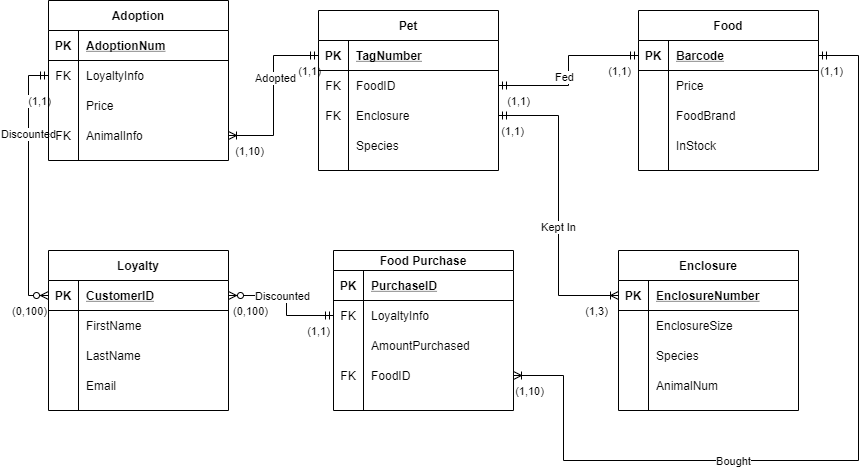
Above: Images/Pet Shop.png in jdhenry/More-testing (draw.io), before the change. Source tidied: cells renumbered, new cells last; positions are measured from the earlier drawing's top-left corner, leaving out a move shared by most shapes.
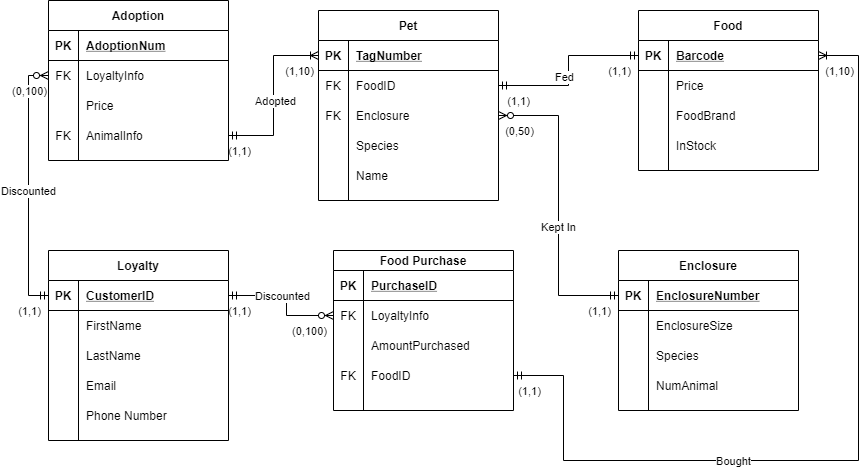
Above is the later version.

Change to the diagram source:
```diff
@@ -20,7 +20,7 @@
         <mxPoint x="2" y="15" as="offset" />
       </mxGeometry>
     </mxCell>
-    <mxCell id="6" style="edgeStyle=orthogonalEdgeStyle;rounded=0;jettySize=auto;html=1;exitX=1;exitY=0.5;exitDx=0;exitDy=0;entryX=1;entryY=0.5;entryDx=0;entryDy=0;startArrow=ERmandOne;startFill=0;endArrow=ERoneToMany;endFill=0;" parent="1" edge="1" source="92" target="41">
+    <mxCell id="6" style="edgeStyle=orthogonalEdgeStyle;rounded=0;jettySize=auto;html=1;exitX=1;exitY=0.5;exitDx=0;exitDy=0;entryX=1;entryY=0.5;entryDx=0;entryDy=0;startArrow=ERoneToMany;startFill=0;endArrow=ERmandOne;endFill=0;" parent="1" edge="1" source="92" target="41">
       <mxGeometry relative="1" as="geometry">
         <Array as="points">
           <mxPoint x="810" y="55" />
@@ -37,52 +37,52 @@
     </mxCell>
     <mxCell id="8" value="(1,10)" style="edgeLabel;html=1;align=center;verticalAlign=middle;" parent="6" vertex="1">
       <mxGeometry x="0.97" y="2" relative="1" as="geometry">
-        <mxPoint x="2" y="13" as="offset" />
+        <mxPoint x="312" y="-307" as="offset" />
       </mxGeometry>
     </mxCell>
     <mxCell id="9" value="(1,1)" style="edgeLabel;html=1;align=center;verticalAlign=middle;" parent="6" vertex="1">
       <mxGeometry x="-0.97" y="2" relative="1" as="geometry">
-        <mxPoint y="17" as="offset" />
+        <mxPoint x="-302" y="337" as="offset" />
       </mxGeometry>
     </mxCell>
-    <mxCell id="10" style="edgeStyle=orthogonalEdgeStyle;rounded=0;jettySize=auto;html=1;exitX=0;exitY=0.5;exitDx=0;exitDy=0;entryX=0;entryY=0.5;entryDx=0;entryDy=0;endArrow=ERmandOne;endFill=0;startArrow=ERzeroToMany;startFill=1;" parent="1" edge="1" source="66" target="56">
+    <mxCell id="10" style="edgeStyle=orthogonalEdgeStyle;rounded=0;jettySize=auto;html=1;exitX=0;exitY=0.5;exitDx=0;exitDy=0;entryX=0;entryY=0.5;entryDx=0;entryDy=0;endArrow=ERzeroToMany;endFill=1;startArrow=ERmandOne;startFill=0;" parent="1" edge="1" source="66" target="56">
       <mxGeometry relative="1" as="geometry" />
     </mxCell>
     <mxCell id="11" value="Discounted" style="edgeLabel;html=1;align=center;verticalAlign=middle;" parent="10" vertex="1">
       <mxGeometry x="0.3" y="1" relative="1" as="geometry">
-        <mxPoint y="-13" as="offset" />
+        <mxPoint y="44" as="offset" />
       </mxGeometry>
     </mxCell>
     <mxCell id="12" value="(1,1)" style="edgeLabel;html=1;align=center;verticalAlign=middle;" parent="10" vertex="1">
       <mxGeometry x="0.77" relative="1" as="geometry">
-        <mxPoint x="10" y="15" as="offset" />
+        <mxPoint y="225" as="offset" />
       </mxGeometry>
     </mxCell>
     <mxCell id="13" value="(0,100)" style="edgeLabel;html=1;align=center;verticalAlign=middle;" parent="10" vertex="1">
       <mxGeometry x="-0.85" y="-4" relative="1" as="geometry">
-        <mxPoint x="-4" y="15" as="offset" />
+        <mxPoint x="-4" y="-205" as="offset" />
       </mxGeometry>
     </mxCell>
-    <mxCell id="14" style="edgeStyle=orthogonalEdgeStyle;rounded=0;jettySize=auto;html=1;exitX=0;exitY=0.5;exitDx=0;exitDy=0;entryX=1;entryY=0.5;entryDx=0;entryDy=0;startArrow=ERmandOne;startFill=0;endArrow=ERoneToMany;endFill=0;" parent="1" edge="1" source="19" target="62">
+    <mxCell id="14" style="edgeStyle=orthogonalEdgeStyle;rounded=0;jettySize=auto;html=1;exitX=0;exitY=0.5;exitDx=0;exitDy=0;entryX=1;entryY=0.5;entryDx=0;entryDy=0;startArrow=ERoneToMany;startFill=0;endArrow=ERmandOne;endFill=0;" parent="1" edge="1" source="19" target="62">
       <mxGeometry relative="1" as="geometry" />
     </mxCell>
     <mxCell id="15" value="Adopted" style="edgeLabel;html=1;align=center;verticalAlign=middle;" parent="14" vertex="1">
       <mxGeometry x="0.09" y="1" relative="1" as="geometry">
-        <mxPoint y="-26" as="offset" />
+        <mxPoint y="-3" as="offset" />
       </mxGeometry>
     </mxCell>
     <mxCell id="16" value="(1,1)" style="edgeLabel;html=1;align=center;verticalAlign=middle;" parent="14" vertex="1">
       <mxGeometry x="-0.61" y="-2" relative="1" as="geometry">
-        <mxPoint x="23" y="17" as="offset" />
+        <mxPoint x="-47" y="97" as="offset" />
       </mxGeometry>
     </mxCell>
     <mxCell id="17" value="(1,10)" style="edgeLabel;html=1;align=center;verticalAlign=middle;" parent="14" vertex="1">
       <mxGeometry x="0.59" y="1" relative="1" as="geometry">
-        <mxPoint x="-15" y="14" as="offset" />
+        <mxPoint x="35" y="-66" as="offset" />
       </mxGeometry>
     </mxCell>
     <mxCell id="18" value="Pet" style="shape=table;startSize=30;rowLines=0;fontStyle=1;align=center;" parent="1" vertex="1">
-      <mxGeometry x="270" y="10" width="180" height="160" as="geometry" />
+      <mxGeometry x="270" y="10" width="180" height="190" as="geometry" />
     </mxCell>
     <mxCell id="19" style="shape=partialRectangle;fillColor=none;top=0;left=0;bottom=1;right=0;points=[[0,0.5],[1,0.5]];portConstraint=eastwest;" parent="18" vertex="1">
       <mxGeometry y="30" width="180" height="30" as="geometry" />
@@ -120,6 +120,15 @@
     <mxCell id="30" value="Species" style="shape=partialRectangle;fillColor=none;top=0;left=0;bottom=0;right=0;align=left;spacingLeft=6;overflow=hidden;" parent="28" vertex="1">
       <mxGeometry x="30" width="150" height="30" as="geometry" />
     </mxCell>
+    <mxCell id="104" style="shape=partialRectangle;fillColor=none;top=0;left=0;bottom=0;right=0;" parent="18" vertex="1">
+      <mxGeometry y="150" width="180" height="30" as="geometry" />
+    </mxCell>
+    <mxCell id="105" style="shape=partialRectangle;fillColor=none;top=0;left=0;bottom=0;right=0;overflow=hidden;" parent="104" vertex="1">
+      <mxGeometry width="30" height="30" as="geometry" />
+    </mxCell>
+    <mxCell id="106" value="Name" style="shape=partialRectangle;fillColor=none;top=0;left=0;bottom=0;right=0;align=left;spacingLeft=6;overflow=hidden;" parent="104" vertex="1">
+      <mxGeometry x="30" width="150" height="30" as="geometry" />
+    </mxCell>
     <mxCell id="31" value="Food Purchase" style="shape=table;startSize=20;rowLines=0;fontStyle=1;align=center;" parent="1" vertex="1">
       <mxGeometry x="285" y="250" width="180" height="160" as="geometry" />
     </mxCell>
@@ -159,7 +168,7 @@
     <mxCell id="43" value="FoodID" style="shape=partialRectangle;fillColor=none;top=0;left=0;bottom=0;right=0;align=left;spacingLeft=6;overflow=hidden;" parent="41" vertex="1">
       <mxGeometry x="30" width="150" height="30" as="geometry" />
     </mxCell>
-    <mxCell id="44" style="edgeStyle=orthogonalEdgeStyle;rounded=0;jettySize=auto;html=1;exitX=0;exitY=0.5;exitDx=0;exitDy=0;startArrow=ERoneToMany;startFill=0;endArrow=ERmandOne;endFill=0;entryX=1;entryY=0.5;entryDx=0;entryDy=0;" parent="1" edge="1" source="79" target="25">
+    <mxCell id="44" style="edgeStyle=orthogonalEdgeStyle;rounded=0;jettySize=auto;html=1;exitX=0;exitY=0.5;exitDx=0;exitDy=0;startArrow=ERmandOne;startFill=0;endArrow=ERzeroToMany;endFill=1;entryX=1;entryY=0.5;entryDx=0;entryDy=0;" parent="1" edge="1" source="79" target="25">
       <mxGeometry relative="1" as="geometry" />
     </mxCell>
     <mxCell id="45" value="Kept In" style="edgeLabel;html=1;align=center;verticalAlign=middle;" parent="44" vertex="1">
@@ -167,15 +176,15 @@
     </mxCell>
     <mxCell id="46" value="(1,1)" style="edgeLabel;html=1;align=center;verticalAlign=middle;" parent="44" vertex="1">
       <mxGeometry x="0.92" y="-4" relative="1" as="geometry">
-        <mxPoint y="19" as="offset" />
+        <mxPoint x="87" y="199" as="offset" />
       </mxGeometry>
     </mxCell>
-    <mxCell id="47" value="(1,3)" style="edgeLabel;html=1;align=center;verticalAlign=middle;" parent="44" vertex="1">
+    <mxCell id="47" value="(0,50)" style="edgeLabel;html=1;align=center;verticalAlign=middle;" parent="44" vertex="1">
       <mxGeometry x="-0.72" y="-1" relative="1" as="geometry">
-        <mxPoint x="19" y="16" as="offset" />
+        <mxPoint x="-58" y="-164" as="offset" />
       </mxGeometry>
     </mxCell>
-    <mxCell id="48" style="edgeStyle=orthogonalEdgeStyle;rounded=0;jettySize=auto;html=1;exitX=1;exitY=0.5;exitDx=0;exitDy=0;entryX=0;entryY=0.5;entryDx=0;entryDy=0;startArrow=ERzeroToMany;startFill=1;endArrow=ERmandOne;endFill=0;" parent="1" edge="1" source="66" target="35">
+    <mxCell id="48" style="edgeStyle=orthogonalEdgeStyle;rounded=0;jettySize=auto;html=1;exitX=1;exitY=0.5;exitDx=0;exitDy=0;entryX=0;entryY=0.5;entryDx=0;entryDy=0;startArrow=ERmandOne;startFill=0;endArrow=ERzeroToMany;endFill=1;" parent="1" edge="1" source="66" target="35">
       <mxGeometry relative="1" as="geometry">
         <Array as="points">
           <mxPoint x="238" y="295" />
@@ -190,12 +199,12 @@
     </mxCell>
     <mxCell id="50" value="(1,1)" style="edgeLabel;html=1;align=center;verticalAlign=middle;" parent="48" vertex="1">
       <mxGeometry x="0.79" relative="1" as="geometry">
-        <mxPoint x="-3" y="15" as="offset" />
+        <mxPoint x="-82" y="-5" as="offset" />
       </mxGeometry>
     </mxCell>
     <mxCell id="51" value="(0,100)" style="edgeLabel;html=1;align=center;verticalAlign=middle;" parent="48" vertex="1">
       <mxGeometry x="-0.76" relative="1" as="geometry">
-        <mxPoint x="6" y="15" as="offset" />
+        <mxPoint x="65" y="35" as="offset" />
       </mxGeometry>
     </mxCell>
     <mxCell id="52" value="Adoption" style="shape=table;startSize=30;rowLines=0;fontStyle=1;align=center;" parent="1" vertex="1">
@@ -238,7 +247,7 @@
       <mxGeometry x="30" width="150" height="30" as="geometry" />
     </mxCell>
     <mxCell id="65" value="Loyalty" style="shape=table;startSize=30;rowLines=0;fontStyle=1;align=center;" parent="1" vertex="1">
-      <mxGeometry y="250" width="180" height="160" as="geometry" />
+      <mxGeometry y="250" width="180" height="190" as="geometry" />
     </mxCell>
     <mxCell id="66" style="shape=partialRectangle;fillColor=none;top=0;left=0;bottom=1;right=0;points=[[0,0.5],[1,0.5]];portConstraint=eastwest;" parent="65" vertex="1">
       <mxGeometry y="30" width="180" height="30" as="geometry" />
@@ -276,6 +285,15 @@
     <mxCell id="77" value="Email" style="shape=partialRectangle;fillColor=none;top=0;left=0;bottom=0;right=0;align=left;spacingLeft=6;overflow=hidden;" parent="75" vertex="1">
       <mxGeometry x="30" width="150" height="30" as="geometry" />
     </mxCell>
+    <mxCell id="107" style="shape=partialRectangle;fillColor=none;top=0;left=0;bottom=0;right=0;" parent="65" vertex="1">
+      <mxGeometry y="150" width="180" height="30" as="geometry" />
+    </mxCell>
+    <mxCell id="108" style="shape=partialRectangle;fillColor=none;top=0;left=0;bottom=0;right=0;overflow=hidden;" parent="107" vertex="1">
+      <mxGeometry width="30" height="30" as="geometry" />
+    </mxCell>
+    <mxCell id="109" value="Phone Number" style="shape=partialRectangle;fillColor=none;top=0;left=0;bottom=0;right=0;align=left;spacingLeft=6;overflow=hidden;" parent="107" vertex="1">
+      <mxGeometry x="30" width="150" height="30" as="geometry" />
+    </mxCell>
     <mxCell id="78" value="Enclosure" style="shape=table;startSize=30;rowLines=0;fontStyle=1;align=center;" parent="1" vertex="1">
       <mxGeometry x="570" y="250" width="180" height="160" as="geometry" />
     </mxCell>
@@ -312,7 +330,7 @@
     <mxCell id="89" style="shape=partialRectangle;fillColor=none;top=0;left=0;bottom=0;right=0;overflow=hidden;" parent="88" vertex="1">
       <mxGeometry width="30" height="30" as="geometry" />
     </mxCell>
-    <mxCell id="90" value="AnimalNum" style="shape=partialRectangle;fillColor=none;top=0;left=0;bottom=0;right=0;align=left;spacingLeft=6;overflow=hidden;" parent="88" vertex="1">
+    <mxCell id="90" value="NumAnimal" style="shape=partialRectangle;fillColor=none;top=0;left=0;bottom=0;right=0;align=left;spacingLeft=6;overflow=hidden;" parent="88" vertex="1">
       <mxGeometry x="30" width="150" height="30" as="geometry" />
     </mxCell>
     <mxCell id="91" value="Food" style="shape=table;startSize=30;rowLines=0;fontStyle=1;align=center;" parent="1" vertex="1">
```
